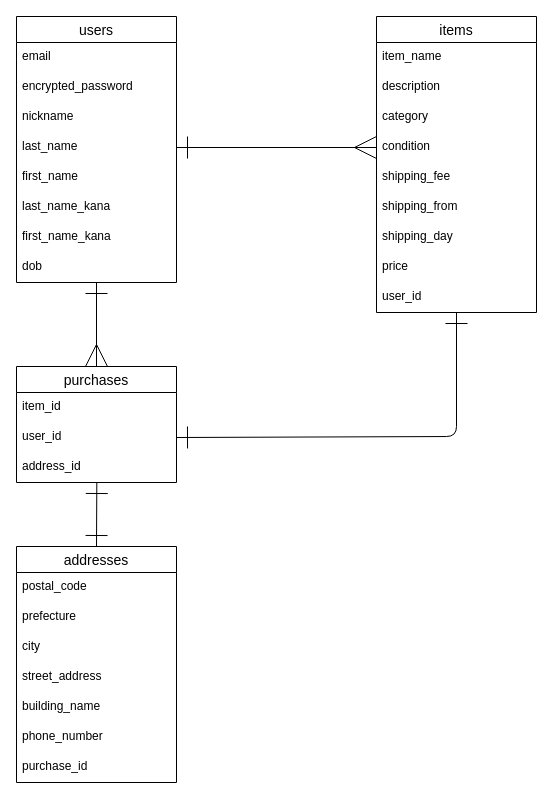
This is er.dio from ryodaiba/furima-40959, a draw.io file, before an edit. Source tidied: cells renumbered, new cells numbered last; positions are measured from the earlier drawing's top-left corner, leaving out a move shared by most shapes. Both pictures are drawn from the tidied source at 100%, with x=0, y=0 at pixel (16, 16).
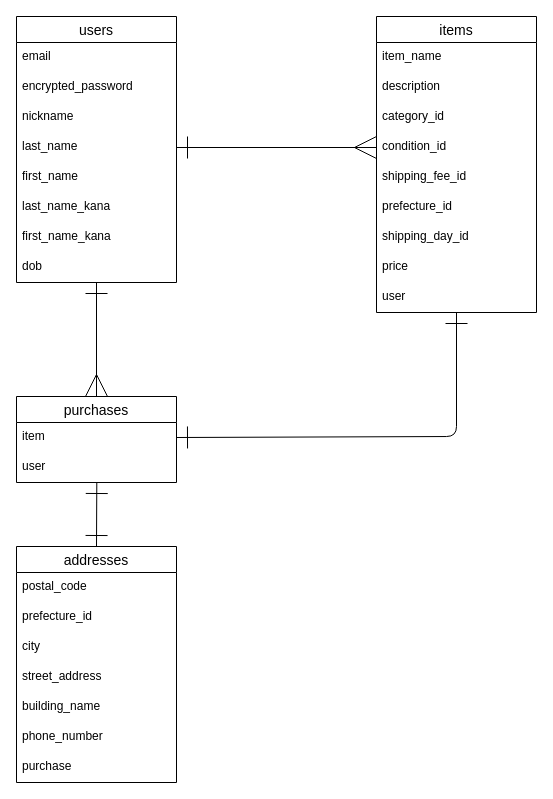
After the change.

Commit message (it also covers changes not shown here):
ER図とREADMEのレビュー後修正

Unchanged cells that the change refers to:
```xml
<mxCell id="11" value="items" style="swimlane;fontStyle=0;horizontal=1;startSize=26;align=center;fontSize=14;" parent="1" vertex="1">
  <mxGeometry x="360" width="160" height="296" as="geometry" />
</mxCell>
<mxCell id="28" value="addresses" style="swimlane;fontStyle=0;horizontal=1;startSize=26;align=center;fontSize=14;" parent="1" vertex="1">
  <mxGeometry y="530" width="160" height="236" as="geometry" />
</mxCell>
```

Diff of the diagram source:
```diff
@@
-    <mxCell id="14" value="category" style="text;strokeColor=none;fillColor=none;spacingLeft=4;spacingRight=4;overflow=hidden;fontSize=12;" parent="11" vertex="1">
+    <mxCell id="14" value="category_id" style="text;strokeColor=none;fillColor=none;spacingLeft=4;spacingRight=4;overflow=hidden;fontSize=12;" parent="11" vertex="1">
       <mxGeometry y="86" width="160" height="30" as="geometry" />
     </mxCell>
-    <mxCell id="15" value="condition" style="text;strokeColor=none;fillColor=none;spacingLeft=4;spacingRight=4;overflow=hidden;points=[[0,0.5],[1,0.5]];portConstraint=eastwest;fontSize=12;" parent="11" vertex="1">
+    <mxCell id="15" value="condition_id" style="text;strokeColor=none;fillColor=none;spacingLeft=4;spacingRight=4;overflow=hidden;points=[[0,0.5],[1,0.5]];portConstraint=eastwest;fontSize=12;" parent="11" vertex="1">
       <mxGeometry y="116" width="160" height="30" as="geometry" />
     </mxCell>
-    <mxCell id="16" value="shipping_fee" style="text;strokeColor=none;fillColor=none;spacingLeft=4;spacingRight=4;overflow=hidden;fontSize=12;" parent="11" vertex="1">
+    <mxCell id="16" value="shipping_fee_id" style="text;strokeColor=none;fillColor=none;spacingLeft=4;spacingRight=4;overflow=hidden;fontSize=12;" parent="11" vertex="1">
       <mxGeometry y="146" width="160" height="30" as="geometry" />
     </mxCell>
-    <mxCell id="17" value="shipping_from" style="text;strokeColor=none;fillColor=none;spacingLeft=4;spacingRight=4;overflow=hidden;fontSize=12;" parent="11" vertex="1">
+    <mxCell id="17" value="prefecture_id" style="text;strokeColor=none;fillColor=none;spacingLeft=4;spacingRight=4;overflow=hidden;fontSize=12;" parent="11" vertex="1">
       <mxGeometry y="176" width="160" height="30" as="geometry" />
     </mxCell>
-    <mxCell id="18" value="shipping_day" style="text;strokeColor=none;fillColor=none;spacingLeft=4;spacingRight=4;overflow=hidden;fontSize=12;" parent="11" vertex="1">
+    <mxCell id="18" value="shipping_day_id" style="text;strokeColor=none;fillColor=none;spacingLeft=4;spacingRight=4;overflow=hidden;fontSize=12;" parent="11" vertex="1">
       <mxGeometry y="206" width="160" height="30" as="geometry" />
     </mxCell>
@@
-    <mxCell id="20" value="user_id" style="text;strokeColor=none;fillColor=none;spacingLeft=4;spacingRight=4;overflow=hidden;fontSize=12;" parent="11" vertex="1">
+    <mxCell id="20" value="user" style="text;strokeColor=none;fillColor=none;spacingLeft=4;spacingRight=4;overflow=hidden;fontSize=12;" parent="11" vertex="1">
       <mxGeometry y="266" width="160" height="30" as="geometry" />
     </mxCell>
     <mxCell id="21" value="purchases" style="swimlane;fontStyle=0;horizontal=1;startSize=26;align=center;fontSize=14;" parent="1" vertex="1">
-      <mxGeometry y="350" width="160" height="116" as="geometry" />
+      <mxGeometry y="380" width="160" height="86" as="geometry" />
     </mxCell>
-    <mxCell id="22" value="item_id" style="text;strokeColor=none;fillColor=none;spacingLeft=4;spacingRight=4;overflow=hidden;points=[[0,0.5],[1,0.5]];portConstraint=eastwest;fontSize=12;" parent="21" vertex="1">
+    <mxCell id="22" value="item" style="text;strokeColor=none;fillColor=none;spacingLeft=4;spacingRight=4;overflow=hidden;points=[[0,0.5],[1,0.5]];portConstraint=eastwest;fontSize=12;" parent="21" vertex="1">
       <mxGeometry y="26" width="160" height="30" as="geometry" />
     </mxCell>
-    <mxCell id="23" value="user_id" style="text;strokeColor=none;fillColor=none;spacingLeft=4;spacingRight=4;overflow=hidden;points=[[0,0.5],[1,0.5]];portConstraint=eastwest;fontSize=12;" parent="21" vertex="1">
+    <mxCell id="23" value="user" style="text;strokeColor=none;fillColor=none;spacingLeft=4;spacingRight=4;overflow=hidden;points=[[0,0.5],[1,0.5]];portConstraint=eastwest;fontSize=12;" parent="21" vertex="1">
       <mxGeometry y="56" width="160" height="30" as="geometry" />
     </mxCell>
-    <mxCell id="24" value="address_id" style="text;strokeColor=none;fillColor=none;spacingLeft=4;spacingRight=4;overflow=hidden;points=[[0,0.5],[1,0.5]];portConstraint=eastwest;fontSize=12;" parent="21" vertex="1">
-      <mxGeometry y="86" width="160" height="30" as="geometry" />
-    </mxCell>
@@
-    <mxCell id="26" style="edgeStyle=none;jumpSize=12;html=1;exitX=1;exitY=0.5;exitDx=0;exitDy=0;startArrow=ERone;startFill=0;endArrow=ERone;endFill=0;startSize=20;endSize=20;targetPerimeterSpacing=0;" parent="1" edge="1" source="23" target="11">
+    <mxCell id="26" style="edgeStyle=none;jumpSize=12;html=1;exitX=1;exitY=0.5;exitDx=0;exitDy=0;startArrow=ERone;startFill=0;endArrow=ERone;endFill=0;startSize=20;endSize=20;targetPerimeterSpacing=0;" parent="1" edge="1" source="22" target="11">
       <mxGeometry relative="1" as="geometry">
         <Array as="points">
           <mxPoint x="440" y="420" />
         </Array>
       </mxGeometry>
     </mxCell>
@@
-    <mxCell id="30" value="prefecture" style="text;strokeColor=none;fillColor=none;spacingLeft=4;spacingRight=4;overflow=hidden;fontSize=12;" parent="28" vertex="1">
+    <mxCell id="30" value="prefecture_id" style="text;strokeColor=none;fillColor=none;spacingLeft=4;spacingRight=4;overflow=hidden;fontSize=12;" parent="28" vertex="1">
       <mxGeometry y="56" width="160" height="30" as="geometry" />
     </mxCell>
@@
-    <mxCell id="35" value="purchase_id" style="text;strokeColor=none;fillColor=none;spacingLeft=4;spacingRight=4;overflow=hidden;fontSize=12;" parent="28" vertex="1">
+    <mxCell id="35" value="purchase" style="text;strokeColor=none;fillColor=none;spacingLeft=4;spacingRight=4;overflow=hidden;fontSize=12;" parent="28" vertex="1">
       <mxGeometry y="206" width="160" height="30" as="geometry" />
     </mxCell>
-    <mxCell id="36" style="edgeStyle=none;html=1;exitX=0.502;exitY=1;exitDx=0;exitDy=0;entryX=0.5;entryY=0;entryDx=0;entryDy=0;startArrow=ERone;startFill=0;endArrow=ERone;endFill=0;endSize=20;startSize=20;exitPerimeter=0;" parent="1" edge="1" source="24" target="28">
-      <mxGeometry relative="1" as="geometry" />
+    <mxCell id="36" style="edgeStyle=none;html=1;exitX=0.502;exitY=1;exitDx=0;exitDy=0;entryX=0.5;entryY=0;entryDx=0;entryDy=0;startArrow=ERone;startFill=0;endArrow=ERone;endFill=0;endSize=20;startSize=20;exitPerimeter=0;" parent="1" edge="1" target="28">
+      <mxGeometry relative="1" as="geometry">
+        <mxPoint x="80.3" y="466" as="sourcePoint" />
+      </mxGeometry>
     </mxCell>
```
